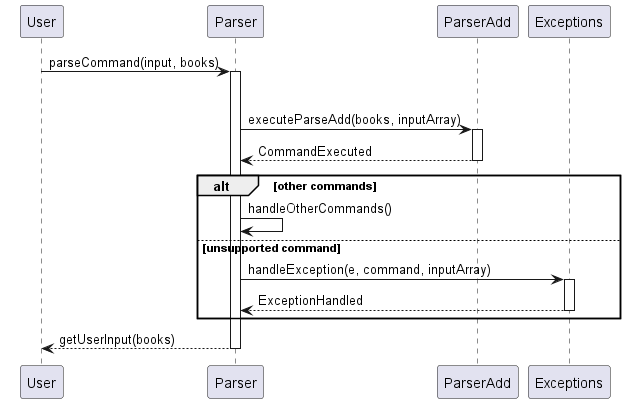
The PlantUML diagram docs/UML_diagrams/AddCommand.png in AY2324S2-CS2113-F15-4/tp, before a commit.
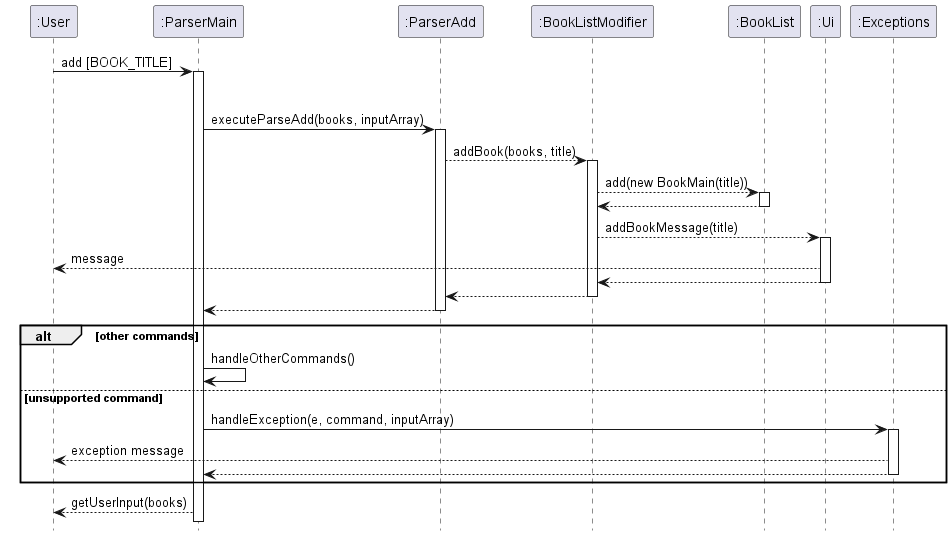
The same file after the commit.

Diff of the diagram source:
```diff
@@ -1,22 +1,44 @@
 @startuml
+hide footbox
+participant ":User" as User
+participant ":ParserMain" as ParserMain
+participant ":ParserAdd" as ParserAdd
+participant ":BookListModifier" as BookListModifier
+participant ":BookList" as BookList
+participant ":Ui" as Ui
+participant ":Exceptions" as Exceptions
 
-User -> Parser : parseCommand(input, books)
-activate Parser
+User -> ParserMain : add [BOOK_TITLE]
+activate ParserMain
 
 alt input is ADD_COMMAND
-    Parser -> ParserAdd : executeParseAdd(books, inputArray)
+    ParserMain -> ParserAdd : executeParseAdd(books, inputArray)
     activate ParserAdd
-    ParserAdd --> Parser : CommandExecuted
+    ParserAdd --> BookListModifier : addBook(books, title)
+    activate BookListModifier
+    BookListModifier --> BookList: add(new BookMain(title))
+    activate BookList
+    BookList --> BookListModifier
+    deactivate BookList
+    BookListModifier --> Ui: addBookMessage(title)
+    activate Ui
+    Ui --> User : message
+    Ui --> BookListModifier
+    deactivate Ui
+    BookListModifier --> ParserAdd
+    deactivate BookListModifier
+    ParserAdd --> ParserMain
     deactivate ParserAdd
 alt other commands
-    Parser -> Parser : handleOtherCommands()
+    ParserMain -> ParserMain : handleOtherCommands()
 else unsupported command
-    Parser -> Exceptions : handleException(e, command, inputArray)
+    ParserMain -> Exceptions : handleException(e, command, inputArray)
     activate Exceptions
-    Exceptions --> Parser : ExceptionHandled
+    Exceptions --> User : exception message
+    Exceptions --> ParserMain
     deactivate Exceptions
 end
 
-Parser --> User : getUserInput(books)
-deactivate Parser
+ParserMain --> User : getUserInput(books)
+
 @enduml
```
